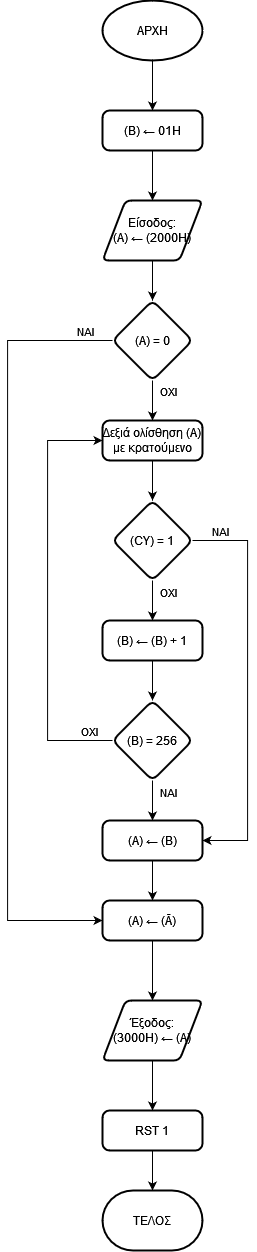
konstantinosk31/Microcomputer-Systems keeps this draw.io diagram as Exercise1_Flowchart.drawio.png. Above is the earlier version. Source tidied: cells renumbered, new cells last; positions are measured from the earlier drawing's top-left corner, leaving out a move shared by most shapes. The source it was exported from:
```xml
<mxGraphModel>
  <root>
    <mxCell id="0" />
    <mxCell id="1" parent="0" />
    <mxCell id="2" style="edgeStyle=orthogonalEdgeStyle;rounded=0;jettySize=auto;html=1;" parent="1" edge="1" source="3" target="5">
      <mxGeometry relative="1" as="geometry" />
    </mxCell>
    <mxCell id="3" value="ΑΡΧΗ" style="strokeWidth=2;html=1;shape=mxgraph.flowchart.start_1;whiteSpace=wrap;" parent="1" vertex="1">
      <mxGeometry x="95" width="100" height="60" as="geometry" />
    </mxCell>
    <mxCell id="4" style="edgeStyle=orthogonalEdgeStyle;rounded=0;jettySize=auto;html=1;" parent="1" edge="1" source="5" target="33">
      <mxGeometry relative="1" as="geometry" />
    </mxCell>
    <mxCell id="5" value="&lt;div&gt;(Β) ← 01H&lt;/div&gt;" style="rounded=1;whiteSpace=wrap;html=1;absoluteArcSize=1;arcSize=14;strokeWidth=2;" parent="1" vertex="1">
      <mxGeometry x="95" y="110" width="100" height="40" as="geometry" />
    </mxCell>
    <mxCell id="6" style="edgeStyle=orthogonalEdgeStyle;rounded=0;jettySize=auto;html=1;entryX=0;entryY=0.5;entryDx=0;entryDy=0;" parent="1" edge="1" source="10" target="28">
      <mxGeometry relative="1" as="geometry">
        <Array as="points">
          <mxPoint y="340" />
          <mxPoint y="920" />
        </Array>
      </mxGeometry>
    </mxCell>
    <mxCell id="7" value="ΝΑΙ" style="edgeLabel;html=1;align=center;verticalAlign=middle;" parent="6" vertex="1">
      <mxGeometry x="-0.94" y="-1" relative="1" as="geometry">
        <mxPoint x="-4" y="-9" as="offset" />
      </mxGeometry>
    </mxCell>
    <mxCell id="8" style="edgeStyle=orthogonalEdgeStyle;rounded=0;jettySize=auto;html=1;" parent="1" edge="1" source="10" target="12">
      <mxGeometry relative="1" as="geometry" />
    </mxCell>
    <mxCell id="9" value="ΟΧΙ" style="edgeLabel;html=1;align=center;verticalAlign=middle;" parent="8" vertex="1">
      <mxGeometry x="-0.53" y="-1" relative="1" as="geometry">
        <mxPoint x="16" y="1" as="offset" />
      </mxGeometry>
    </mxCell>
    <mxCell id="10" value="(A) = 0" style="rhombus;whiteSpace=wrap;html=1;rounded=1;arcSize=14;strokeWidth=2;" parent="1" vertex="1">
      <mxGeometry x="105" y="300" width="80" height="80" as="geometry" />
    </mxCell>
    <mxCell id="11" style="edgeStyle=orthogonalEdgeStyle;rounded=0;jettySize=auto;html=1;" parent="1" edge="1" source="12" target="17">
      <mxGeometry relative="1" as="geometry" />
    </mxCell>
    <mxCell id="12" value="Δεξιά ολίσθηση (Α) με κρατούμενο" style="rounded=1;whiteSpace=wrap;html=1;absoluteArcSize=1;arcSize=14;strokeWidth=2;" parent="1" vertex="1">
      <mxGeometry x="95" y="420" width="100" height="40" as="geometry" />
    </mxCell>
    <mxCell id="13" style="edgeStyle=orthogonalEdgeStyle;rounded=0;jettySize=auto;html=1;exitX=1;exitY=0.5;exitDx=0;exitDy=0;entryX=1;entryY=0.5;entryDx=0;entryDy=0;" parent="1" edge="1" source="17" target="26">
      <mxGeometry relative="1" as="geometry">
        <Array as="points">
          <mxPoint x="240" y="540" />
          <mxPoint x="240" y="840" />
        </Array>
      </mxGeometry>
    </mxCell>
    <mxCell id="14" value="ΝΑΙ" style="edgeLabel;html=1;align=center;verticalAlign=middle;" parent="13" vertex="1">
      <mxGeometry x="-0.86" y="1" relative="1" as="geometry">
        <mxPoint y="-9" as="offset" />
      </mxGeometry>
    </mxCell>
    <mxCell id="15" style="edgeStyle=orthogonalEdgeStyle;rounded=0;jettySize=auto;html=1;" parent="1" edge="1" source="17" target="19">
      <mxGeometry relative="1" as="geometry" />
    </mxCell>
    <mxCell id="16" value="ΟΧΙ" style="edgeLabel;html=1;align=center;verticalAlign=middle;" parent="15" vertex="1">
      <mxGeometry x="-0.42" y="-1" relative="1" as="geometry">
        <mxPoint x="16" as="offset" />
      </mxGeometry>
    </mxCell>
    <mxCell id="17" value="(CY) = 1" style="rhombus;whiteSpace=wrap;html=1;rounded=1;arcSize=14;strokeWidth=2;" parent="1" vertex="1">
      <mxGeometry x="105" y="500" width="80" height="80" as="geometry" />
    </mxCell>
    <mxCell id="18" style="edgeStyle=orthogonalEdgeStyle;rounded=0;jettySize=auto;html=1;" parent="1" edge="1" source="19" target="24">
      <mxGeometry relative="1" as="geometry" />
    </mxCell>
    <mxCell id="19" value="(B) ← (B) + 1" style="rounded=1;whiteSpace=wrap;html=1;absoluteArcSize=1;arcSize=14;strokeWidth=2;" parent="1" vertex="1">
      <mxGeometry x="95" y="620" width="100" height="40" as="geometry" />
    </mxCell>
    <mxCell id="20" style="edgeStyle=orthogonalEdgeStyle;rounded=0;jettySize=auto;html=1;" parent="1" edge="1" source="24" target="26">
      <mxGeometry relative="1" as="geometry" />
    </mxCell>
    <mxCell id="21" value="ΝΑΙ" style="edgeLabel;html=1;align=center;verticalAlign=middle;" parent="20" vertex="1">
      <mxGeometry x="-0.42" relative="1" as="geometry">
        <mxPoint x="15" as="offset" />
      </mxGeometry>
    </mxCell>
    <mxCell id="22" style="edgeStyle=orthogonalEdgeStyle;rounded=0;jettySize=auto;html=1;entryX=0;entryY=0.5;entryDx=0;entryDy=0;" parent="1" edge="1" source="24" target="12">
      <mxGeometry relative="1" as="geometry">
        <Array as="points">
          <mxPoint x="40" y="740" />
          <mxPoint x="40" y="440" />
        </Array>
      </mxGeometry>
    </mxCell>
    <mxCell id="23" value="ΟΧΙ" style="edgeLabel;html=1;align=center;verticalAlign=middle;" parent="22" vertex="1">
      <mxGeometry x="-0.83" y="-1" relative="1" as="geometry">
        <mxPoint x="12" y="-9" as="offset" />
      </mxGeometry>
    </mxCell>
    <mxCell id="24" value="(B) = 256" style="rhombus;whiteSpace=wrap;html=1;rounded=1;arcSize=14;strokeWidth=2;" parent="1" vertex="1">
      <mxGeometry x="105" y="700" width="80" height="80" as="geometry" />
    </mxCell>
    <mxCell id="25" style="edgeStyle=orthogonalEdgeStyle;rounded=0;jettySize=auto;html=1;" parent="1" edge="1" source="26" target="28">
      <mxGeometry relative="1" as="geometry" />
    </mxCell>
    <mxCell id="26" value="(A) ← (B)" style="rounded=1;whiteSpace=wrap;html=1;absoluteArcSize=1;arcSize=14;strokeWidth=2;" parent="1" vertex="1">
      <mxGeometry x="95" y="820" width="100" height="40" as="geometry" />
    </mxCell>
    <mxCell id="27" style="edgeStyle=orthogonalEdgeStyle;rounded=0;jettySize=auto;html=1;" parent="1" edge="1" source="28" target="35">
      <mxGeometry relative="1" as="geometry" />
    </mxCell>
    <mxCell id="28" value="(A) ← (Ā)" style="rounded=1;whiteSpace=wrap;html=1;absoluteArcSize=1;arcSize=14;strokeWidth=2;" parent="1" vertex="1">
      <mxGeometry x="95" y="900" width="100" height="40" as="geometry" />
    </mxCell>
    <mxCell id="29" style="edgeStyle=orthogonalEdgeStyle;rounded=0;jettySize=auto;html=1;" parent="1" edge="1" source="30" target="31">
      <mxGeometry relative="1" as="geometry" />
    </mxCell>
    <mxCell id="30" value="RST 1" style="rounded=1;whiteSpace=wrap;html=1;absoluteArcSize=1;arcSize=14;strokeWidth=2;" parent="1" vertex="1">
      <mxGeometry x="95" y="1110" width="100" height="40" as="geometry" />
    </mxCell>
    <mxCell id="31" value="&lt;div&gt;ΤΕΛΟΣ&lt;/div&gt;" style="strokeWidth=2;html=1;shape=mxgraph.flowchart.terminator;whiteSpace=wrap;" parent="1" vertex="1">
      <mxGeometry x="95" y="1190" width="100" height="60" as="geometry" />
    </mxCell>
    <mxCell id="32" style="edgeStyle=orthogonalEdgeStyle;rounded=0;jettySize=auto;html=1;" parent="1" edge="1" source="33" target="10">
      <mxGeometry relative="1" as="geometry" />
    </mxCell>
    <mxCell id="33" value="Είσοδος:&lt;div&gt;(A) ← (2000H)&lt;/div&gt;" style="shape=parallelogram;html=1;strokeWidth=2;perimeter=parallelogramPerimeter;whiteSpace=wrap;rounded=1;arcSize=12;size=0.23;" parent="1" vertex="1">
      <mxGeometry x="95" y="200" width="100" height="60" as="geometry" />
    </mxCell>
    <mxCell id="34" style="edgeStyle=orthogonalEdgeStyle;rounded=0;jettySize=auto;html=1;" parent="1" edge="1" source="35" target="30">
      <mxGeometry relative="1" as="geometry" />
    </mxCell>
    <mxCell id="35" value="Έξοδος:&lt;div&gt;(3000H) ← (A)&lt;/div&gt;" style="shape=parallelogram;html=1;strokeWidth=2;perimeter=parallelogramPerimeter;whiteSpace=wrap;rounded=1;arcSize=12;size=0.23;" parent="1" vertex="1">
      <mxGeometry x="95" y="1000" width="100" height="60" as="geometry" />
    </mxCell>
  </root>
</mxGraphModel>
```
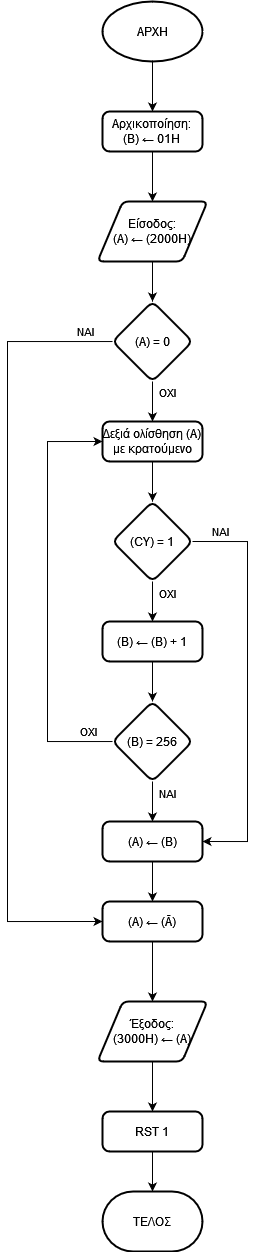
The same file after the commit.

Diff of the diagram source:
```diff
@@ -11,7 +11,7 @@
     <mxCell id="4" style="edgeStyle=orthogonalEdgeStyle;rounded=0;jettySize=auto;html=1;" parent="1" edge="1" source="5" target="33">
       <mxGeometry relative="1" as="geometry" />
     </mxCell>
-    <mxCell id="5" value="&lt;div&gt;(Β) ← 01H&lt;/div&gt;" style="rounded=1;whiteSpace=wrap;html=1;absoluteArcSize=1;arcSize=14;strokeWidth=2;" parent="1" vertex="1">
+    <mxCell id="5" value="&lt;div&gt;Αρχικοποίηση:&lt;br&gt;&lt;/div&gt;&lt;div&gt;(Β) ← 01H&lt;/div&gt;" style="rounded=1;whiteSpace=wrap;html=1;absoluteArcSize=1;arcSize=14;strokeWidth=2;" parent="1" vertex="1">
       <mxGeometry x="95" y="110" width="100" height="40" as="geometry" />
     </mxCell>
     <mxCell id="6" style="edgeStyle=orthogonalEdgeStyle;rounded=0;jettySize=auto;html=1;entryX=0;entryY=0.5;entryDx=0;entryDy=0;" parent="1" edge="1" source="10" target="28">
@@ -123,13 +123,13 @@
       <mxGeometry relative="1" as="geometry" />
     </mxCell>
     <mxCell id="33" value="Είσοδος:&lt;div&gt;(A) ← (2000H)&lt;/div&gt;" style="shape=parallelogram;html=1;strokeWidth=2;perimeter=parallelogramPerimeter;whiteSpace=wrap;rounded=1;arcSize=12;size=0.23;" parent="1" vertex="1">
-      <mxGeometry x="95" y="200" width="100" height="60" as="geometry" />
+      <mxGeometry x="90" y="200" width="110" height="60" as="geometry" />
     </mxCell>
     <mxCell id="34" style="edgeStyle=orthogonalEdgeStyle;rounded=0;jettySize=auto;html=1;" parent="1" edge="1" source="35" target="30">
       <mxGeometry relative="1" as="geometry" />
     </mxCell>
     <mxCell id="35" value="Έξοδος:&lt;div&gt;(3000H) ← (A)&lt;/div&gt;" style="shape=parallelogram;html=1;strokeWidth=2;perimeter=parallelogramPerimeter;whiteSpace=wrap;rounded=1;arcSize=12;size=0.23;" parent="1" vertex="1">
-      <mxGeometry x="95" y="1000" width="100" height="60" as="geometry" />
+      <mxGeometry x="90" y="1000" width="110" height="60" as="geometry" />
     </mxCell>
   </root>
 </mxGraphModel>
```
